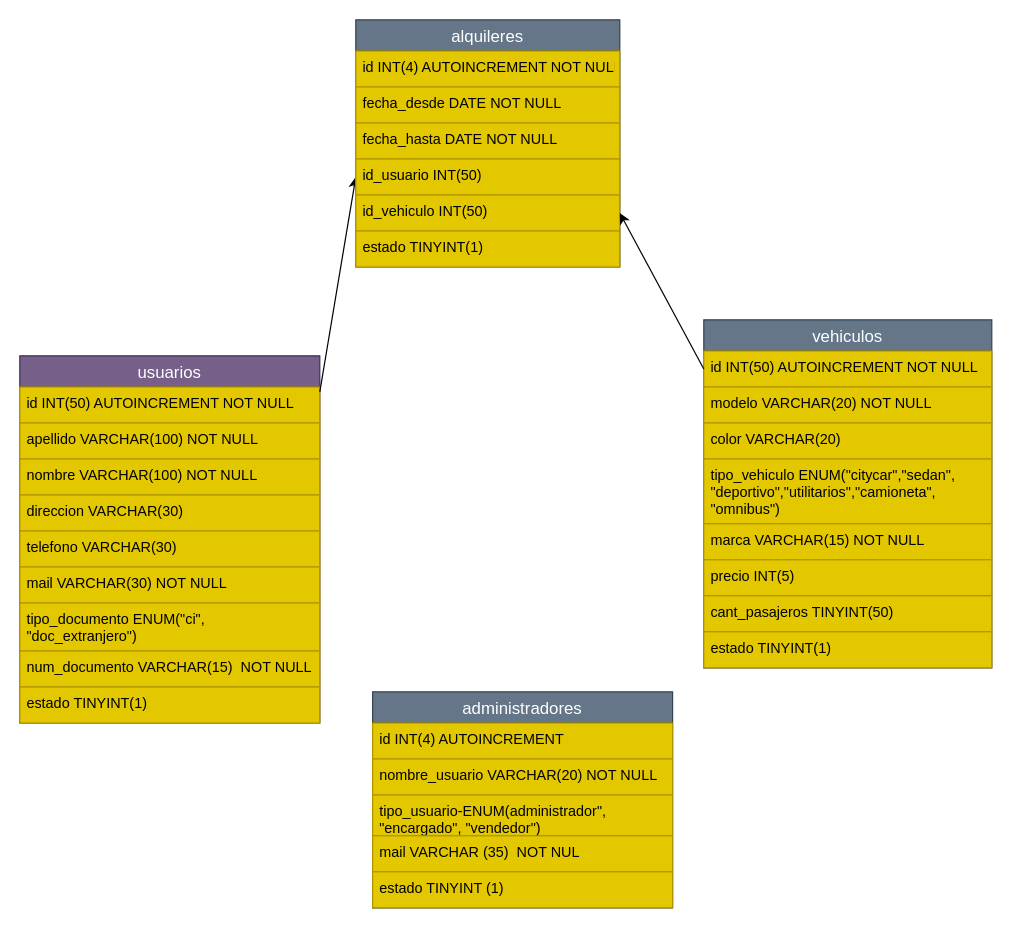
Earlier version of the draw.io diagram _documentacion/base_datos/Proyecto_v1_NOR.drawio (AlexanderVazquezS/Proyecto_ProgWebPHP_MySQL_AlexanderVazquez). Source tidied: cells renumbered, new cells numbered last; positions are measured from the earlier drawing's top-left corner, leaving out a move shared by most shapes. Both pictures are drawn from the tidied source at 120%, with x=0, y=0 at pixel (19, 19).
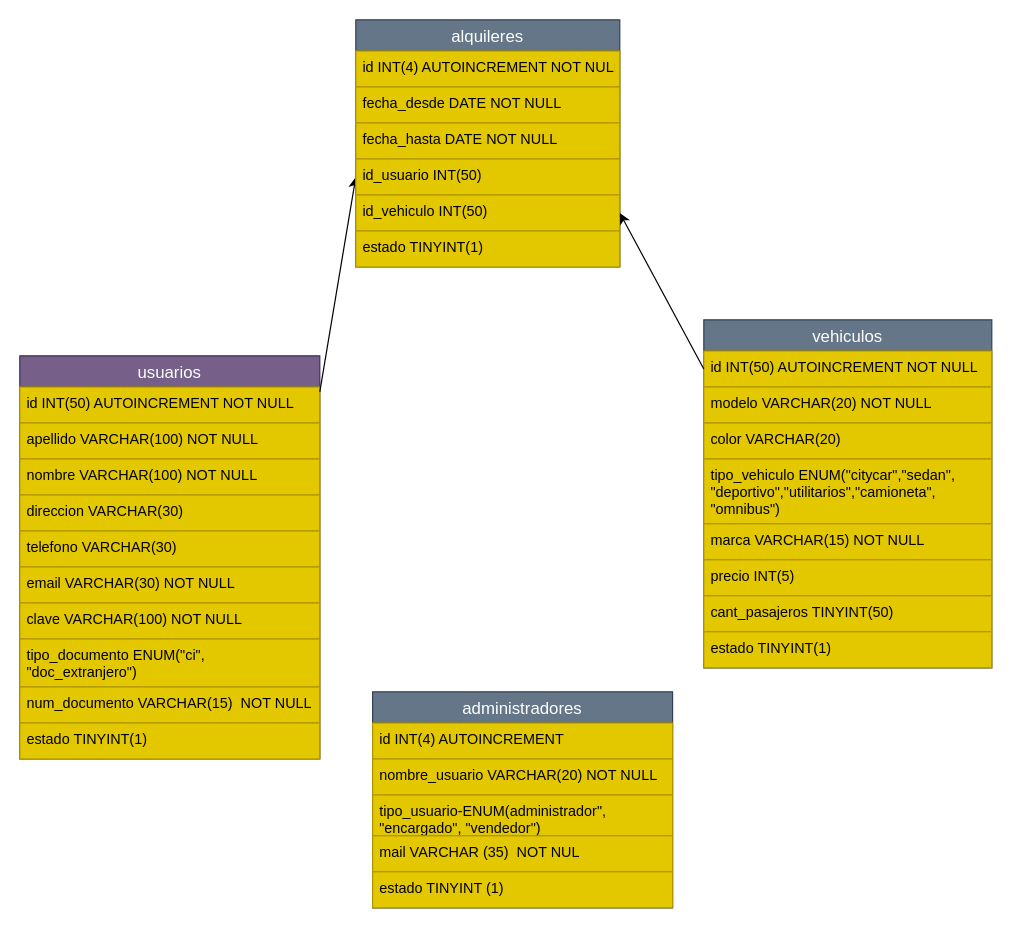
After the change.

Change to the diagram source:
```diff
@@
     <mxCell id="2" value="usuarios" style="swimlane;fontStyle=0;horizontal=1;startSize=26;align=center;fontSize=14;fillColor=#76608a;fontColor=#ffffff;strokeColor=#432D57;" parent="1" vertex="1">
-      <mxGeometry y="280" width="250" height="306" as="geometry" />
+      <mxGeometry y="280" width="250" height="336" as="geometry" />
     </mxCell>
@@
-    <mxCell id="8" value="mail VARCHAR(30) NOT NULL" style="text;strokeColor=#B09500;fillColor=#e3c800;spacingLeft=4;spacingRight=4;overflow=hidden;fontSize=12;fontColor=#000000;" parent="2" vertex="1">
+    <mxCell id="8" value="email VARCHAR(30) NOT NULL" style="text;strokeColor=#B09500;fillColor=#e3c800;spacingLeft=4;spacingRight=4;overflow=hidden;fontSize=12;fontColor=#000000;" parent="2" vertex="1">
       <mxGeometry y="176" width="250" height="30" as="geometry" />
     </mxCell>
+    <mxCell id="36" value="clave VARCHAR(100) NOT NULL" style="text;strokeColor=#B09500;fillColor=#e3c800;spacingLeft=4;spacingRight=4;overflow=hidden;fontSize=12;fontColor=#000000;" parent="2" vertex="1">
+      <mxGeometry y="206" width="250" height="30" as="geometry" />
+    </mxCell>
     <mxCell id="9" value="tipo_documento ENUM(&quot;ci&quot;,&#10;&quot;doc_extranjero&quot;)" style="text;strokeColor=#B09500;fillColor=#e3c800;spacingLeft=4;spacingRight=4;overflow=hidden;fontSize=12;fontColor=#000000;" parent="2" vertex="1">
-      <mxGeometry y="206" width="250" height="40" as="geometry" />
+      <mxGeometry y="236" width="250" height="40" as="geometry" />
     </mxCell>
     <mxCell id="10" value="num_documento VARCHAR(15)  NOT NULL" style="text;strokeColor=#B09500;fillColor=#e3c800;spacingLeft=4;spacingRight=4;overflow=hidden;fontSize=12;fontColor=#000000;" parent="2" vertex="1">
-      <mxGeometry y="246" width="250" height="30" as="geometry" />
+      <mxGeometry y="276" width="250" height="30" as="geometry" />
     </mxCell>
     <mxCell id="11" value="estado TINYINT(1)" style="text;strokeColor=#B09500;fillColor=#e3c800;spacingLeft=4;spacingRight=4;overflow=hidden;fontSize=12;fontColor=#000000;" parent="2" vertex="1">
-      <mxGeometry y="276" width="250" height="30" as="geometry" />
+      <mxGeometry y="306" width="250" height="30" as="geometry" />
     </mxCell>
```
